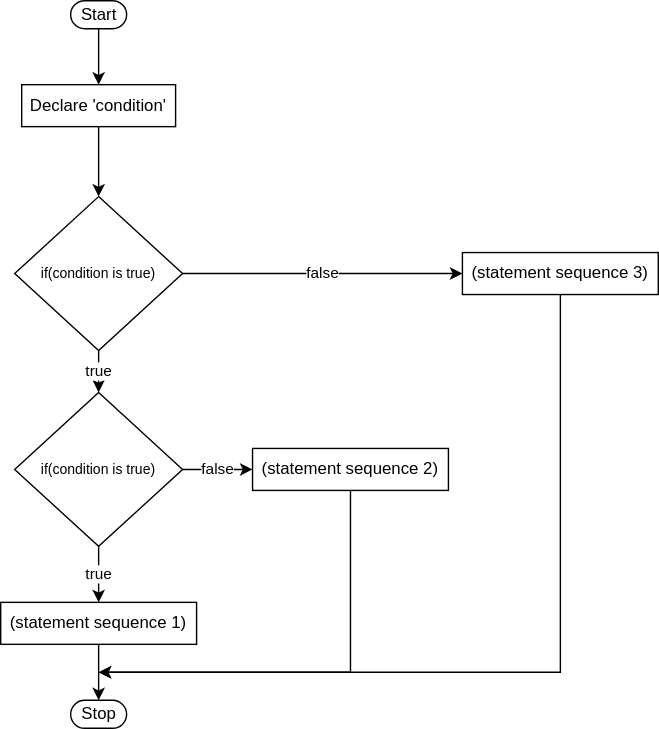
Above: 2binary/drawio/task1/diagram3.drawio.svg in amydevs/php-assignments (draw.io), before the change. Source tidied: cells renumbered, new cells last; positions are measured from the earlier drawing's top-left corner, leaving out a move shared by most shapes. Source of this version:
```xml
<mxGraphModel>
  <root>
    <mxCell id="0" />
    <mxCell id="1" parent="0" />
    <mxCell id="2" style="edgeStyle=orthogonalEdgeStyle;rounded=0;jettySize=auto;html=1;" parent="1" edge="1" source="3" target="9">
      <mxGeometry relative="1" as="geometry" />
    </mxCell>
    <mxCell id="3" value="Start" style="html=1;dashed=0;whitespace=wrap;shape=mxgraph.dfd.start;" parent="1" vertex="1">
      <mxGeometry x="50" width="40" height="20" as="geometry" />
    </mxCell>
    <mxCell id="4" style="edgeStyle=orthogonalEdgeStyle;rounded=0;jettySize=auto;html=1;" parent="1" edge="1" source="9" target="7">
      <mxGeometry relative="1" as="geometry" />
    </mxCell>
    <mxCell id="5" value="false" style="edgeStyle=orthogonalEdgeStyle;rounded=0;jettySize=auto;html=1;entryX=0;entryY=0.5;entryDx=0;entryDy=0;" parent="1" edge="1" source="7" target="11">
      <mxGeometry relative="1" as="geometry" />
    </mxCell>
    <mxCell id="6" value="true" style="edgeStyle=orthogonalEdgeStyle;rounded=0;jettySize=auto;html=1;" parent="1" edge="1" source="7" target="16">
      <mxGeometry relative="1" as="geometry" />
    </mxCell>
    <mxCell id="7" value="&lt;font style=&quot;font-size: 10px&quot;&gt;if(condition is true)&lt;/font&gt;" style="rhombus;whiteSpace=wrap;html=1;" parent="1" vertex="1">
      <mxGeometry x="10" y="140" width="120" height="110" as="geometry" />
    </mxCell>
    <mxCell id="8" value="Stop" style="html=1;dashed=0;whitespace=wrap;shape=mxgraph.dfd.start;" parent="1" vertex="1">
      <mxGeometry x="50" y="500" width="40" height="20" as="geometry" />
    </mxCell>
    <mxCell id="9" value="Declare 'condition'&amp;nbsp;" style="rounded=0;whiteSpace=wrap;html=1;" parent="1" vertex="1">
      <mxGeometry x="15" y="60" width="110" height="30" as="geometry" />
    </mxCell>
    <mxCell id="10" style="edgeStyle=orthogonalEdgeStyle;rounded=0;jettySize=auto;html=1;exitX=0.5;exitY=1;exitDx=0;exitDy=0;" parent="1" edge="1" source="11">
      <mxGeometry relative="1" as="geometry">
        <mxPoint x="70" y="480" as="targetPoint" />
        <Array as="points">
          <mxPoint x="400" y="480" />
          <mxPoint x="140" y="480" />
        </Array>
      </mxGeometry>
    </mxCell>
    <mxCell id="11" value="(statement sequence 3)" style="rounded=0;whiteSpace=wrap;html=1;" parent="1" vertex="1">
      <mxGeometry x="330" y="180" width="140" height="30" as="geometry" />
    </mxCell>
    <mxCell id="12" style="edgeStyle=orthogonalEdgeStyle;rounded=0;jettySize=auto;html=1;" parent="1" edge="1" source="13" target="8">
      <mxGeometry relative="1" as="geometry" />
    </mxCell>
    <mxCell id="13" value="(statement sequence 1)" style="rounded=0;whiteSpace=wrap;html=1;" parent="1" vertex="1">
      <mxGeometry y="430" width="140" height="30" as="geometry" />
    </mxCell>
    <mxCell id="14" value="true" style="edgeStyle=orthogonalEdgeStyle;rounded=0;jettySize=auto;html=1;" parent="1" edge="1" source="16" target="13">
      <mxGeometry relative="1" as="geometry" />
    </mxCell>
    <mxCell id="15" value="false" style="edgeStyle=orthogonalEdgeStyle;rounded=0;jettySize=auto;html=1;" parent="1" edge="1" source="16" target="18">
      <mxGeometry relative="1" as="geometry" />
    </mxCell>
    <mxCell id="16" value="&lt;font style=&quot;font-size: 10px&quot;&gt;if(condition is true)&lt;/font&gt;" style="rhombus;whiteSpace=wrap;html=1;" parent="1" vertex="1">
      <mxGeometry x="10" y="280" width="120" height="110" as="geometry" />
    </mxCell>
    <mxCell id="17" style="edgeStyle=orthogonalEdgeStyle;rounded=0;jettySize=auto;html=1;exitX=0.5;exitY=1;exitDx=0;exitDy=0;" parent="1" edge="1" source="18">
      <mxGeometry relative="1" as="geometry">
        <mxPoint x="70" y="480" as="targetPoint" />
        <Array as="points">
          <mxPoint x="250" y="480" />
        </Array>
      </mxGeometry>
    </mxCell>
    <mxCell id="18" value="(statement sequence 2)" style="rounded=0;whiteSpace=wrap;html=1;" parent="1" vertex="1">
      <mxGeometry x="180" y="320" width="140" height="30" as="geometry" />
    </mxCell>
  </root>
</mxGraphModel>
```
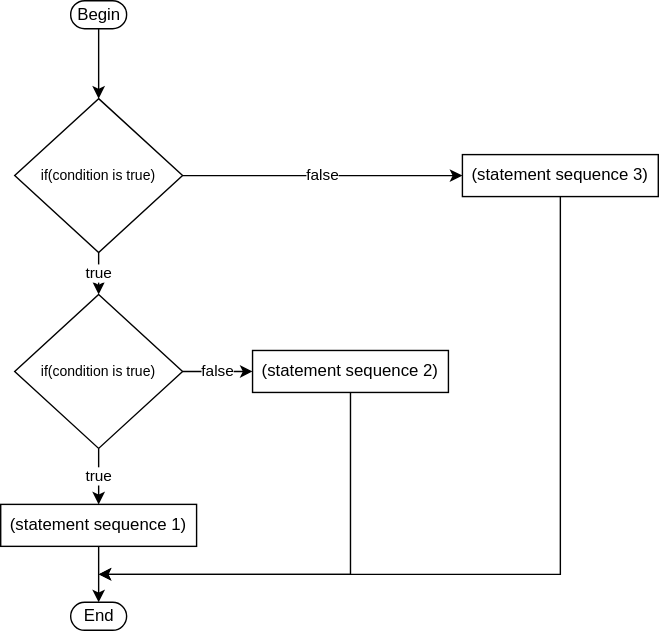
The same file after the commit.

Diff of the diagram source:
```diff
@@ -2,15 +2,12 @@
   <root>
     <mxCell id="0" />
     <mxCell id="1" parent="0" />
-    <mxCell id="2" style="edgeStyle=orthogonalEdgeStyle;rounded=0;jettySize=auto;html=1;" parent="1" edge="1" source="3" target="9">
-      <mxGeometry relative="1" as="geometry" />
-    </mxCell>
+    <mxCell id="19" style="edgeStyle=orthogonalEdgeStyle;rounded=0;jettySize=auto;html=1;" parent="1" edge="1" source="3" target="7">
+      <mxGeometry relative="1" as="geometry" />
+    </mxCell>
-    <mxCell id="3" value="Start" style="html=1;dashed=0;whitespace=wrap;shape=mxgraph.dfd.start;" parent="1" vertex="1">
-      <mxGeometry x="50" width="40" height="20" as="geometry" />
+    <mxCell id="3" value="Begin" style="html=1;dashed=0;whitespace=wrap;shape=mxgraph.dfd.start;" parent="1" vertex="1">
+      <mxGeometry x="50" y="70" width="40" height="20" as="geometry" />
     </mxCell>
-    <mxCell id="4" style="edgeStyle=orthogonalEdgeStyle;rounded=0;jettySize=auto;html=1;" parent="1" edge="1" source="9" target="7">
-      <mxGeometry relative="1" as="geometry" />
-    </mxCell>
     <mxCell id="5" value="false" style="edgeStyle=orthogonalEdgeStyle;rounded=0;jettySize=auto;html=1;entryX=0;entryY=0.5;entryDx=0;entryDy=0;" parent="1" edge="1" source="7" target="11">
       <mxGeometry relative="1" as="geometry" />
     </mxCell>
@@ -20,12 +17,9 @@
     <mxCell id="7" value="&lt;font style=&quot;font-size: 10px&quot;&gt;if(condition is true)&lt;/font&gt;" style="rhombus;whiteSpace=wrap;html=1;" parent="1" vertex="1">
       <mxGeometry x="10" y="140" width="120" height="110" as="geometry" />
     </mxCell>
-    <mxCell id="8" value="Stop" style="html=1;dashed=0;whitespace=wrap;shape=mxgraph.dfd.start;" parent="1" vertex="1">
+    <mxCell id="8" value="End" style="html=1;dashed=0;whitespace=wrap;shape=mxgraph.dfd.start;" parent="1" vertex="1">
       <mxGeometry x="50" y="500" width="40" height="20" as="geometry" />
     </mxCell>
-    <mxCell id="9" value="Declare 'condition'&amp;nbsp;" style="rounded=0;whiteSpace=wrap;html=1;" parent="1" vertex="1">
-      <mxGeometry x="15" y="60" width="110" height="30" as="geometry" />
-    </mxCell>
     <mxCell id="10" style="edgeStyle=orthogonalEdgeStyle;rounded=0;jettySize=auto;html=1;exitX=0.5;exitY=1;exitDx=0;exitDy=0;" parent="1" edge="1" source="11">
       <mxGeometry relative="1" as="geometry">
         <mxPoint x="70" y="480" as="targetPoint" />
```
